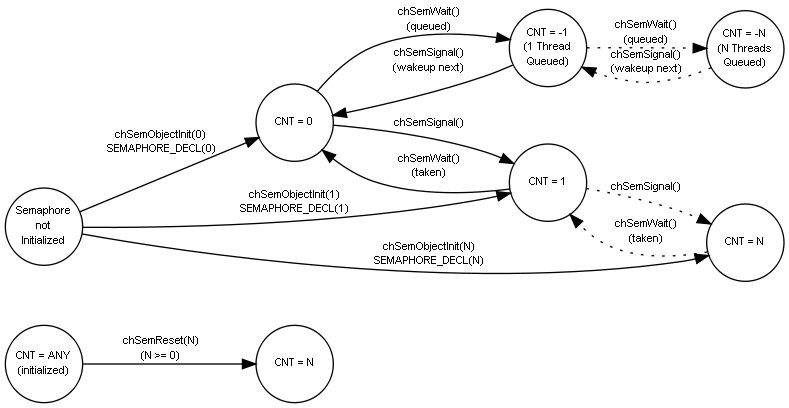
ArduPilot/ChibiOS.svn keeps this Graphviz diagram as book/csem_states.png. Above is the earlier version. Its source is kept beside it as book/csem_states.dot. The source it was exported from:
```dot
  digraph example {
    rankdir="LR";

    node [shape=circle, fontname=Sans Serif, fontsize=8, fixedsize="true", width="0.8", height="0.8"];
    edge [fontname=Sans Serif, fontsize=8];

    any [label="CNT = ANY\n(initialized)"];
    zp [label="CNT = N"];

    any -> zp [label="chSemReset(N)\n(N >= 0)"];

    init [label="Semaphore\nnot\nInitialized"];
    nn [label="CNT = -N\n(N Threads\nQueued)"];
    n1 [label="CNT = -1\n(1 Thread\nQueued)"];
    zero [label="CNT = 0"];
    p1 [label="CNT = 1"];
    pn [label="CNT = N"];

    init -> zero [label="\nchSemObjectInit(0)\nSEMAPHORE_DECL(0)"];
    init -> p1 [label="\nchSemObjectInit(1)\nSEMAPHORE_DECL(1)"];
    init -> pn [label="\nchSemObjectInit(N)\nSEMAPHORE_DECL(N)"];
    nn -> n1 [label="chSemSignal()\n(wakeup next)" style=dotted];
    n1 -> nn [label="chSemWait()\n(queued)" style=dotted];
    n1 -> zero [label="chSemSignal()\n(wakeup next)"];
    zero -> n1 [label="chSemWait()\n(queued)"];
    p1 -> zero [label="chSemWait()\n(taken)"];
    zero -> p1 [label="chSemSignal()"];
    p1 -> pn [label="chSemSignal()" style=dotted];
    pn -> p1 [label="chSemWait()\n(taken)" style=dotted];
  }
```
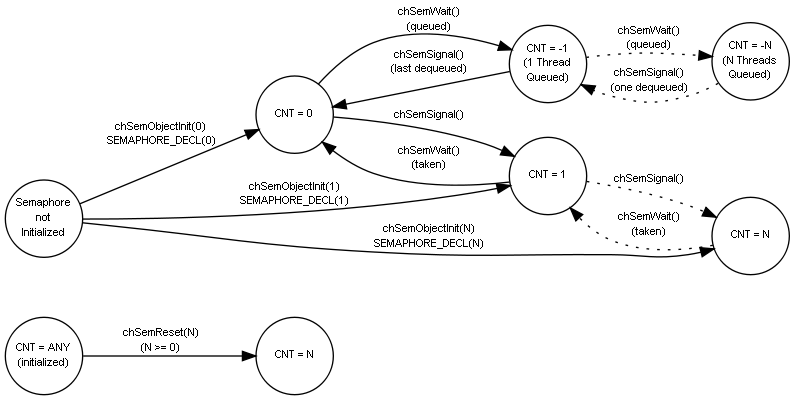
Later version of the same file.

Diff of the diagram source:
```diff
@@ -19,9 +19,9 @@
     init -> zero [label="\nchSemObjectInit(0)\nSEMAPHORE_DECL(0)"];
     init -> p1 [label="\nchSemObjectInit(1)\nSEMAPHORE_DECL(1)"];
     init -> pn [label="\nchSemObjectInit(N)\nSEMAPHORE_DECL(N)"];
-    nn -> n1 [label="chSemSignal()\n(wakeup next)" style=dotted];
+    nn -> n1 [label="\nchSemSignal()\n(one dequeued)" style=dotted];
     n1 -> nn [label="chSemWait()\n(queued)" style=dotted];
-    n1 -> zero [label="chSemSignal()\n(wakeup next)"];
+    n1 -> zero [label="chSemSignal()\n(last dequeued)"];
     zero -> n1 [label="chSemWait()\n(queued)"];
     p1 -> zero [label="chSemWait()\n(taken)"];
     zero -> p1 [label="chSemSignal()"];
```
